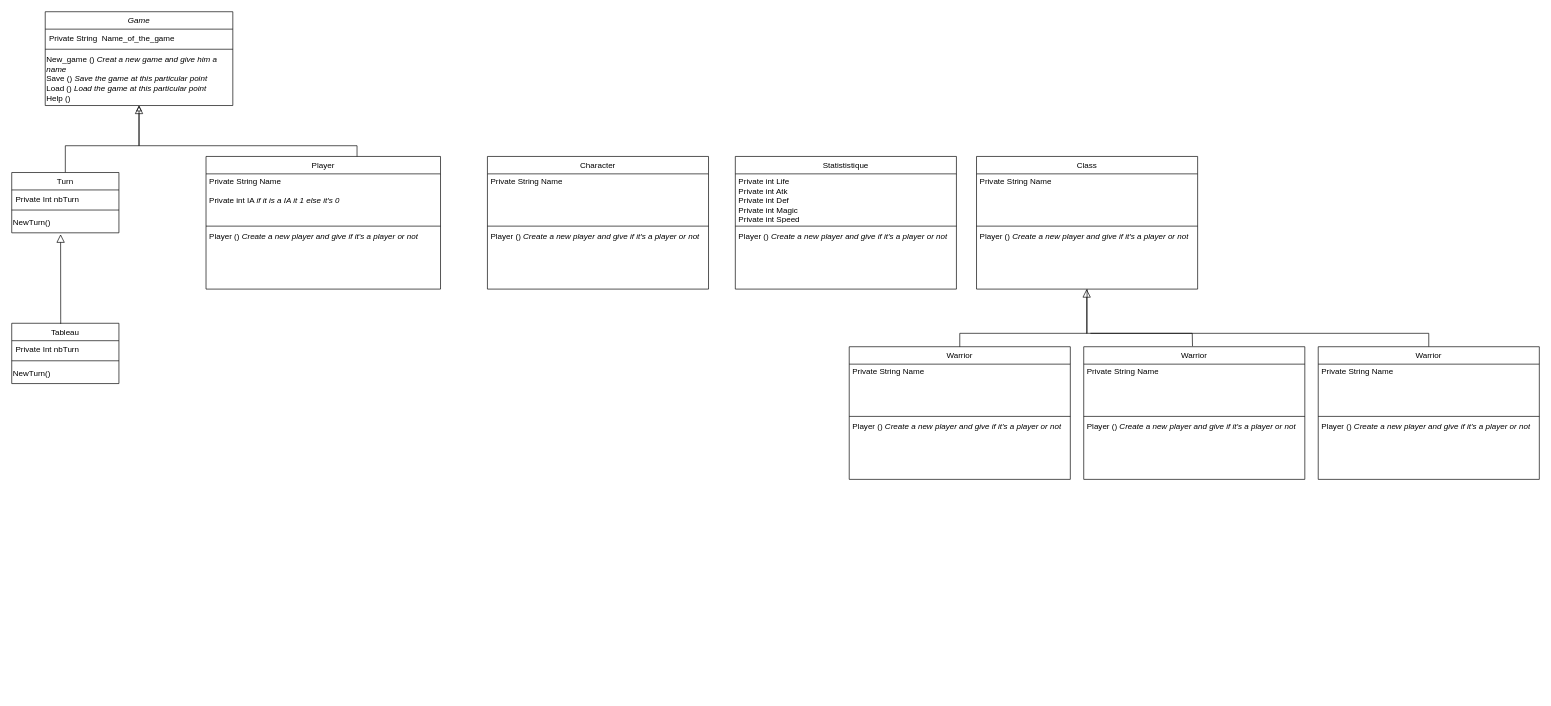
Robaur/FE_like_V2 keeps this draw.io diagram as Software/Puzzel_part/Diagramme sans nom.drawio. Above is the earlier version. Source tidied: cells renumbered, new cells numbered last; positions are measured from the earlier drawing's top-left corner, leaving out a move shared by most shapes. Both pictures are drawn from the tidied source at 67%, with x=0, y=0 at pixel (11, 11).
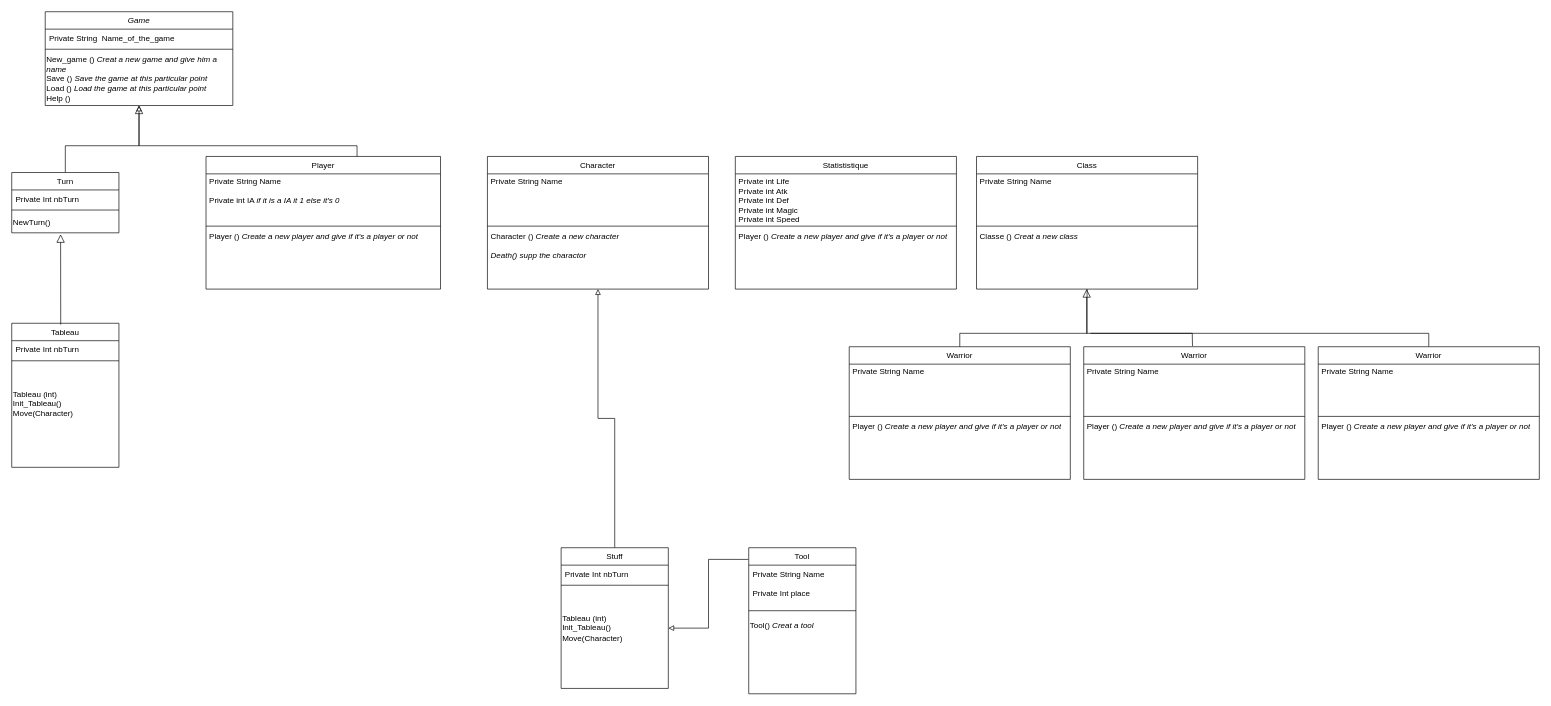
The same page after the edit.

Commit message:
Mettre à jour Diagramme sans nom.drawio

The change refers to these unchanged cells:
```xml
<mxCell id="16" value="Character" style="swimlane;fontStyle=0;align=center;verticalAlign=top;horizontal=1;startSize=26;rounded=0;shadow=0;strokeWidth=1;" parent="1" vertex="1">
  <mxGeometry x="710" y="216" width="330" height="198" as="geometry" />
</mxCell>
<mxCell id="24" value="Class" style="swimlane;fontStyle=0;align=center;verticalAlign=top;horizontal=1;startSize=26;rounded=0;shadow=0;strokeWidth=1;" parent="1" vertex="1">
  <mxGeometry x="1440" y="216" width="330" height="198" as="geometry" />
</mxCell>
```

The edit, as a diff of the source:
```diff
@@
-    <mxCell id="19" value="&lt;div&gt;&lt;br&gt;&lt;/div&gt;&lt;div&gt;Player () &lt;i&gt;Create a new player and give if it's a player or not&lt;/i&gt; &lt;br&gt;&lt;/div&gt;&lt;div&gt;&lt;br&gt;&lt;/div&gt;" style="text;html=1;strokeColor=none;fillColor=none;spacing=5;spacingTop=-20;whiteSpace=wrap;overflow=hidden;rounded=0;" parent="16" vertex="1">
+    <mxCell id="19" value="&lt;div&gt;&lt;br&gt;&lt;/div&gt;&lt;div&gt;Character () &lt;i&gt;Create a new character&lt;/i&gt;&lt;/div&gt;&lt;div&gt;&lt;i&gt;&lt;br&gt;&lt;/i&gt;&lt;/div&gt;&lt;div&gt;&lt;i&gt;Death() supp the charactor&lt;br&gt;&lt;/i&gt; &lt;/div&gt;&lt;div&gt;&lt;br&gt;&lt;/div&gt;" style="text;html=1;strokeColor=none;fillColor=none;spacing=5;spacingTop=-20;whiteSpace=wrap;overflow=hidden;rounded=0;" parent="16" vertex="1">
       <mxGeometry y="108" width="330" height="90" as="geometry" />
     </mxCell>
@@
-    <mxCell id="27" value="&lt;div&gt;&lt;br&gt;&lt;/div&gt;&lt;div&gt;Player () &lt;i&gt;Create a new player and give if it's a player or not&lt;/i&gt; &lt;br&gt;&lt;/div&gt;&lt;div&gt;&lt;br&gt;&lt;/div&gt;" style="text;html=1;strokeColor=none;fillColor=none;spacing=5;spacingTop=-20;whiteSpace=wrap;overflow=hidden;rounded=0;" parent="24" vertex="1">
+    <mxCell id="27" value="&lt;div&gt;&lt;br&gt;&lt;/div&gt;&lt;div&gt;Classe () &lt;i&gt;Creat a new class&lt;/i&gt;&lt;/div&gt;&lt;div&gt;&lt;i&gt;&lt;br&gt;&lt;/i&gt;&lt;/div&gt;" style="text;html=1;strokeColor=none;fillColor=none;spacing=5;spacingTop=-20;whiteSpace=wrap;overflow=hidden;rounded=0;" parent="24" vertex="1">
       <mxGeometry y="108" width="330" height="90" as="geometry" />
     </mxCell>
@@
     <mxCell id="43" value="Tableau" style="swimlane;fontStyle=0;align=center;verticalAlign=top;horizontal=1;startSize=26;rounded=0;shadow=0;strokeWidth=1;" parent="1" vertex="1">
-      <mxGeometry y="465" width="160" height="90" as="geometry" />
+      <mxGeometry y="465" width="160" height="215" as="geometry" />
     </mxCell>
@@
-    <mxCell id="46" value="NewTurn() " style="text;strokeColor=none;align=left;fillColor=none;html=1;verticalAlign=middle;whiteSpace=wrap;rounded=0;" parent="43" vertex="1">
-      <mxGeometry y="60" width="160" height="30" as="geometry" />
+    <mxCell id="46" value="&lt;div&gt;Tableau (int)&lt;/div&gt;&lt;div&gt;Init_Tableau()&lt;/div&gt;&lt;div&gt;Move(Character)&lt;br&gt;&lt;/div&gt;" style="text;strokeColor=none;align=left;fillColor=none;html=1;verticalAlign=middle;whiteSpace=wrap;rounded=0;" parent="43" vertex="1">
+      <mxGeometry y="60" width="160" height="120" as="geometry" />
     </mxCell>
@@
+    <mxCell id="48" style="edgeStyle=orthogonalEdgeStyle;rounded=0;jettySize=auto;html=1;entryX=0.5;entryY=1;entryDx=0;entryDy=0;endArrow=block;endFill=0;" parent="1" edge="1" source="49" target="19">
+      <mxGeometry relative="1" as="geometry" />
+    </mxCell>
+    <mxCell id="49" value="Stuff" style="swimlane;fontStyle=0;align=center;verticalAlign=top;horizontal=1;startSize=26;rounded=0;shadow=0;strokeWidth=1;" parent="1" vertex="1">
+      <mxGeometry x="820" y="800" width="160" height="210" as="geometry" />
+    </mxCell>
+    <mxCell id="50" value="Private Int nbTurn" style="text;align=left;verticalAlign=top;spacingLeft=4;spacingRight=4;overflow=hidden;" parent="49" vertex="1">
+      <mxGeometry y="26" width="160" height="26" as="geometry" />
+    </mxCell>
+    <mxCell id="51" style="line;html=1;strokeWidth=1;align=left;verticalAlign=middle;spacingTop=-1;spacingLeft=3;spacingRight=3;labelPosition=right;" parent="49" vertex="1">
+      <mxGeometry y="52" width="160" height="8" as="geometry" />
+    </mxCell>
+    <mxCell id="52" value="&lt;div&gt;Tableau (int)&lt;/div&gt;&lt;div&gt;Init_Tableau()&lt;/div&gt;&lt;div&gt;Move(Character)&lt;br&gt;&lt;/div&gt;" style="text;strokeColor=none;align=left;fillColor=none;html=1;verticalAlign=middle;whiteSpace=wrap;rounded=0;" parent="49" vertex="1">
+      <mxGeometry y="60" width="160" height="120" as="geometry" />
+    </mxCell>
+    <mxCell id="53" value="Tool&#10;" style="swimlane;fontStyle=0;align=center;verticalAlign=top;horizontal=1;startSize=26;rounded=0;shadow=0;strokeWidth=1;" parent="1" vertex="1">
+      <mxGeometry x="1100" y="800" width="160" height="218" as="geometry" />
+    </mxCell>
+    <mxCell id="54" value="Private String Name&#10;&#10;Private Int place&#10;" style="text;align=left;verticalAlign=top;spacingLeft=4;spacingRight=4;overflow=hidden;" parent="53" vertex="1">
+      <mxGeometry y="26" width="160" height="64" as="geometry" />
+    </mxCell>
+    <mxCell id="55" style="line;html=1;strokeWidth=1;align=left;verticalAlign=middle;spacingTop=-1;spacingLeft=3;spacingRight=3;labelPosition=right;" parent="53" vertex="1">
+      <mxGeometry y="90" width="160" height="8" as="geometry" />
+    </mxCell>
+    <mxCell id="56" value="&lt;div&gt;Tool() &lt;i&gt;Creat a tool&lt;/i&gt;&lt;/div&gt;" style="text;strokeColor=none;align=left;fillColor=none;html=1;verticalAlign=middle;whiteSpace=wrap;rounded=0;" parent="53" vertex="1">
+      <mxGeometry y="98" width="160" height="38" as="geometry" />
+    </mxCell>
+    <mxCell id="57" style="edgeStyle=orthogonalEdgeStyle;rounded=0;jettySize=auto;html=1;endArrow=block;endFill=0;exitX=-0.003;exitY=0.08;exitDx=0;exitDy=0;exitPerimeter=0;" parent="1" edge="1" source="53" target="52">
+      <mxGeometry relative="1" as="geometry" />
+    </mxCell>
```
